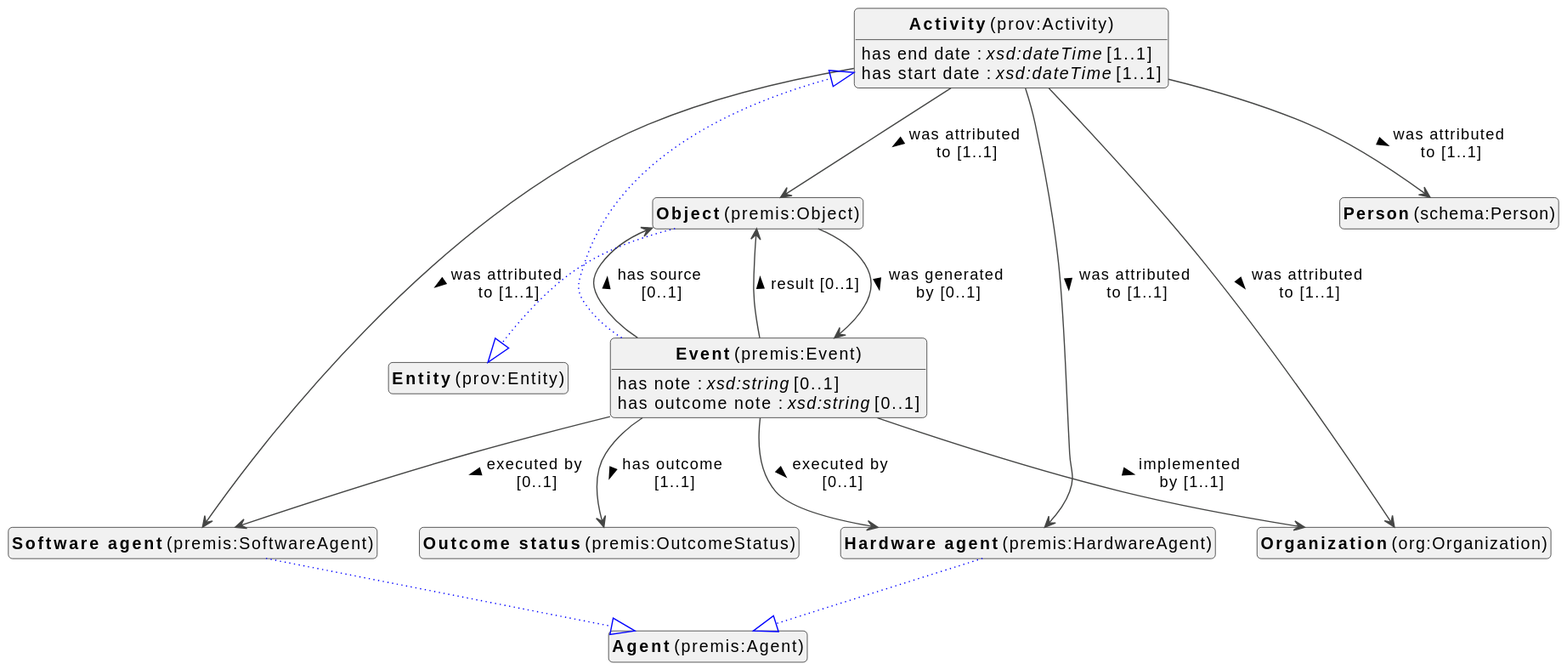
The PlantUML diagram docs/metadata/modellen/0.0.1/events/en/events-diagram.svg in viaacode/documentation-jekyll, before a commit. Source of this version:
```plantuml
@startuml
!theme vibrant
skinparam classFontSize 14
!define LIGHTORANGE
skinparam componentStyle uml2
skinparam wrapMessageWidth 100
skinparam shadowing false
skinparam ArrowMessageAlignment left


class "<b>Activity</b> (prov:Activity)" as prov_Activity [[#prov%3AActivity]]
class "<b>Event</b> (premis:Event)" as premis_Event [[#premis%3AEvent]]
class "<b>Activity</b> (prov:Activity)" as prov_Activity [[#prov%3AActivity]]
class "<b>Object</b> (premis:Object)" as premis_Object [[#premis%3AObject]]
class "<b>Entity</b> (prov:Entity)" as prov_Entity [[#prov%3AEntity]]
class "<b>Software agent</b> (premis:SoftwareAgent)" as premis_SoftwareAgent [[#premis%3ASoftwareAgent]]
class "<b>Agent</b> (premis:Agent)" as premis_Agent [[#premis%3AAgent]]
class "<b>Hardware agent</b> (premis:HardwareAgent)" as premis_HardwareAgent [[#premis%3AHardwareAgent]]
class "<b>Agent</b> (premis:Agent)" as premis_Agent [[#premis%3AAgent]]
class "<b>Organization</b> (org:Organization)" as org_Organization [[#org%3AOrganization]]
class "<b>Person</b> (schema:Person)" as schema_Person [[#schema%3APerson]]
class "<b>Outcome status</b> (premis:OutcomeStatus)" as premis_OutcomeStatus [[#premis%3AOutcomeStatus]]


prov_Activity : has end date : <i>xsd:dateTime</i> [1..1]


prov_Activity : has start date : <i>xsd:dateTime</i> [1..1]


prov_Activity --> premis_Object : was attributed to [1..1] >
prov_Activity --> schema_Person : was attributed to [1..1] >
prov_Activity --> org_Organization : was attributed to [1..1] >
prov_Activity --> premis_SoftwareAgent : was attributed to [1..1] >
prov_Activity --> premis_HardwareAgent : was attributed to [1..1] >

premis_Event --|> prov_Activity #blue;line.dotted;text:blue


premis_Event --> premis_SoftwareAgent : executed by [0..1] >
premis_Event --> premis_HardwareAgent : executed by [0..1] >
premis_Event : has note : <i>xsd:string</i> [0..1]


premis_Event --> premis_OutcomeStatus : has outcome [1..1] >
premis_Event : has outcome note : <i>xsd:string</i> [0..1]


premis_Event --> premis_Object : has source [0..1] >

premis_Event --> org_Organization : implemented by [1..1] >

premis_Event --> premis_Object : result [0..1] >

premis_Object --|> prov_Entity #blue;line.dotted;text:blue


premis_Object --> premis_Event : was generated by [0..1] >

premis_SoftwareAgent --|> premis_Agent #blue;line.dotted;text:blue


premis_HardwareAgent --|> premis_Agent #blue;line.dotted;text:blue









hide circle
hide methods
hide empty members
@enduml
```
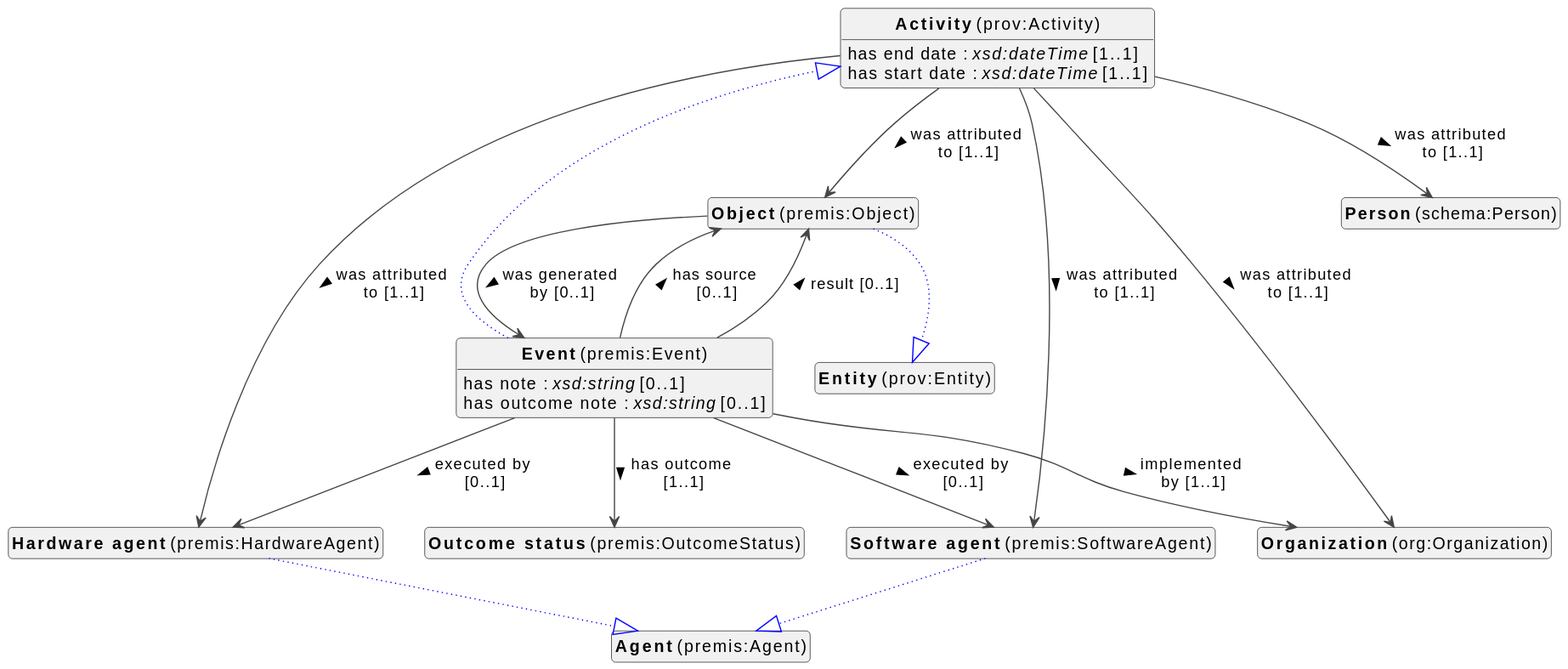
Above is the later version.

What changed in the source:
```diff
@@ -13,13 +13,13 @@
 class "<b>Activity</b> (prov:Activity)" as prov_Activity [[#prov%3AActivity]]
 class "<b>Object</b> (premis:Object)" as premis_Object [[#premis%3AObject]]
 class "<b>Entity</b> (prov:Entity)" as prov_Entity [[#prov%3AEntity]]
+class "<b>Outcome status</b> (premis:OutcomeStatus)" as premis_OutcomeStatus [[#premis%3AOutcomeStatus]]
+class "<b>Organization</b> (org:Organization)" as org_Organization [[#org%3AOrganization]]
+class "<b>Hardware agent</b> (premis:HardwareAgent)" as premis_HardwareAgent [[#premis%3AHardwareAgent]]
+class "<b>Agent</b> (premis:Agent)" as premis_Agent [[#premis%3AAgent]]
+class "<b>Person</b> (schema:Person)" as schema_Person [[#schema%3APerson]]
 class "<b>Software agent</b> (premis:SoftwareAgent)" as premis_SoftwareAgent [[#premis%3ASoftwareAgent]]
 class "<b>Agent</b> (premis:Agent)" as premis_Agent [[#premis%3AAgent]]
-class "<b>Hardware agent</b> (premis:HardwareAgent)" as premis_HardwareAgent [[#premis%3AHardwareAgent]]
-class "<b>Agent</b> (premis:Agent)" as premis_Agent [[#premis%3AAgent]]
-class "<b>Organization</b> (org:Organization)" as org_Organization [[#org%3AOrganization]]
-class "<b>Person</b> (schema:Person)" as schema_Person [[#schema%3APerson]]
-class "<b>Outcome status</b> (premis:OutcomeStatus)" as premis_OutcomeStatus [[#premis%3AOutcomeStatus]]
 
 
 prov_Activity : has end date : <i>xsd:dateTime</i> [1..1]
@@ -57,7 +57,8 @@
 
 premis_Object --> premis_Event : was generated by [0..1] >
 
-premis_SoftwareAgent --|> premis_Agent #blue;line.dotted;text:blue
+
+
 
 
 premis_HardwareAgent --|> premis_Agent #blue;line.dotted;text:blue
@@ -65,8 +66,7 @@
 
 
 
-
-
+premis_SoftwareAgent --|> premis_Agent #blue;line.dotted;text:blue
 
 
 
```
